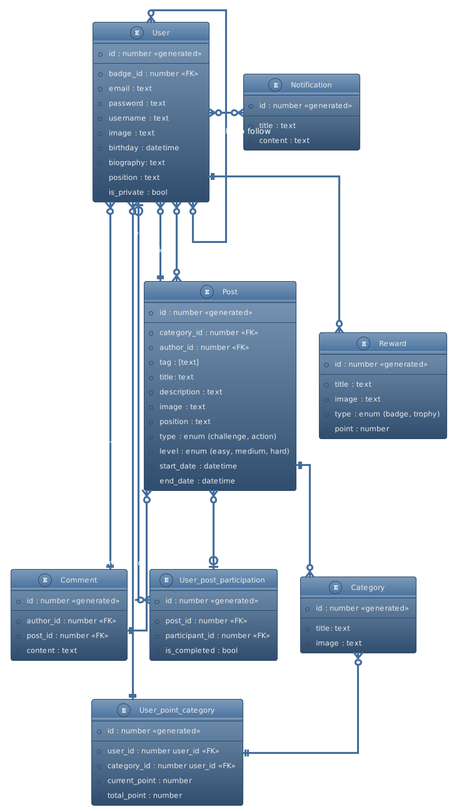
Above: conception/diagrams/entity_relation/entity_relation.png in Eco-Gest/Frontend-Flutter (PlantUML), before the change.
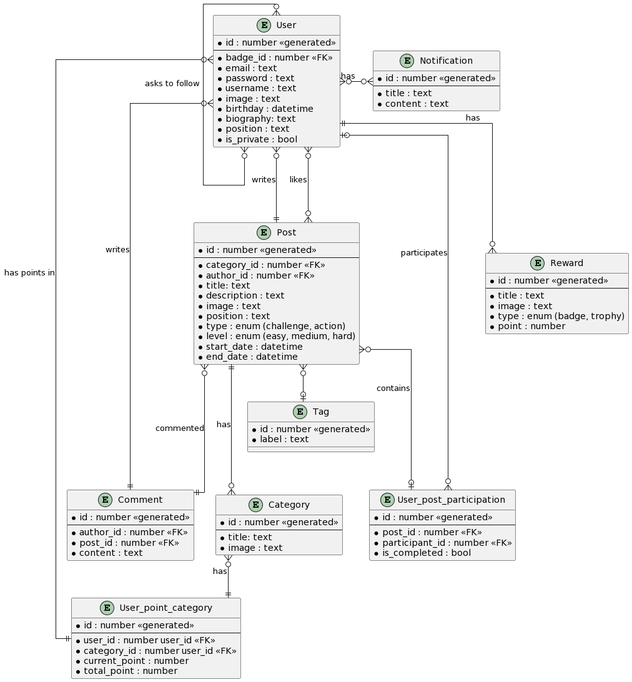
Later version of the same file.

Commit message:
update diagrams entity relation

The edit, as a diff of the source:
```diff
@@ -1,5 +1,4 @@
 @startuml
-!theme spacelab
 
 skinparam linetype ortho
 
@@ -29,7 +28,6 @@
   --
   *category_id : number <<FK>>
   *author_id : number <<FK>>
-  *tag : [text]
   *title: text
   *description : text
   *image : text
@@ -81,6 +79,11 @@
   *total_point : number
 }
 
+Entity "Tag" as tag {
+  *id : number <<generated>>
+  *label : text
+}
+
 u |o-down--o{ upp : participates
 p }o---o| upp : contains
 u }o-down--|| p : writes
@@ -93,4 +96,5 @@
 p ||---o{ cat : has
 u }o--|| upc : has points in
 cat }o--|| upc : has
+p }o--o| tag
 @enduml
```
